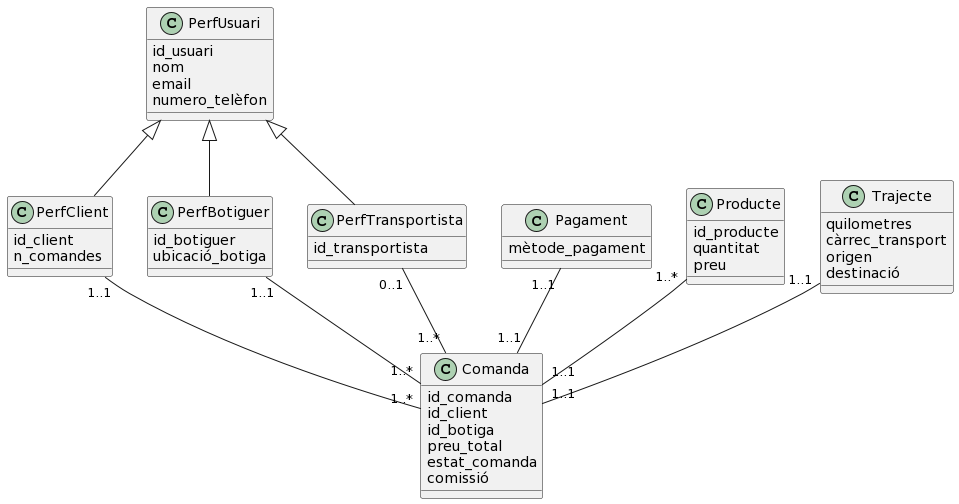
Earlier version of the PlantUML export diagrams/sprint3_diag_classes.png (yeray142/es2022uab). Its diagram source:
```plantuml
@startuml
class PerfUsuari {
id_usuari
nom
email
numero_telèfon
}

class PerfClient {
id_client
n_comandes
}

class PerfBotiguer {
id_botiguer
ubicació_botiga
}

class PerfTransportista {
id_transportista
}

PerfUsuari <|-- PerfClient
PerfUsuari <|-- PerfBotiguer
PerfUsuari <|-- PerfTransportista

class Comanda {
id_comanda
id_client
id_botiga
preu_total
estat_comanda
comissió
}

PerfClient "1..1" -- "1..*" Comanda
PerfBotiguer "1..1" -- "1..*" Comanda
PerfTransportista "0..1" -- "1..*" Comanda

class Pagament {
mètode_pagament
}

Pagament "1..1" -- "1..1" Comanda

class Producte {
id_producte
quantitat
preu
}

Producte "1..*" -- "1..1" Comanda

class Trajecte {
quilometres
càrrec_transport
origen
destinació
}

Trajecte "1..1" -- "1..1" Comanda
@enduml
```
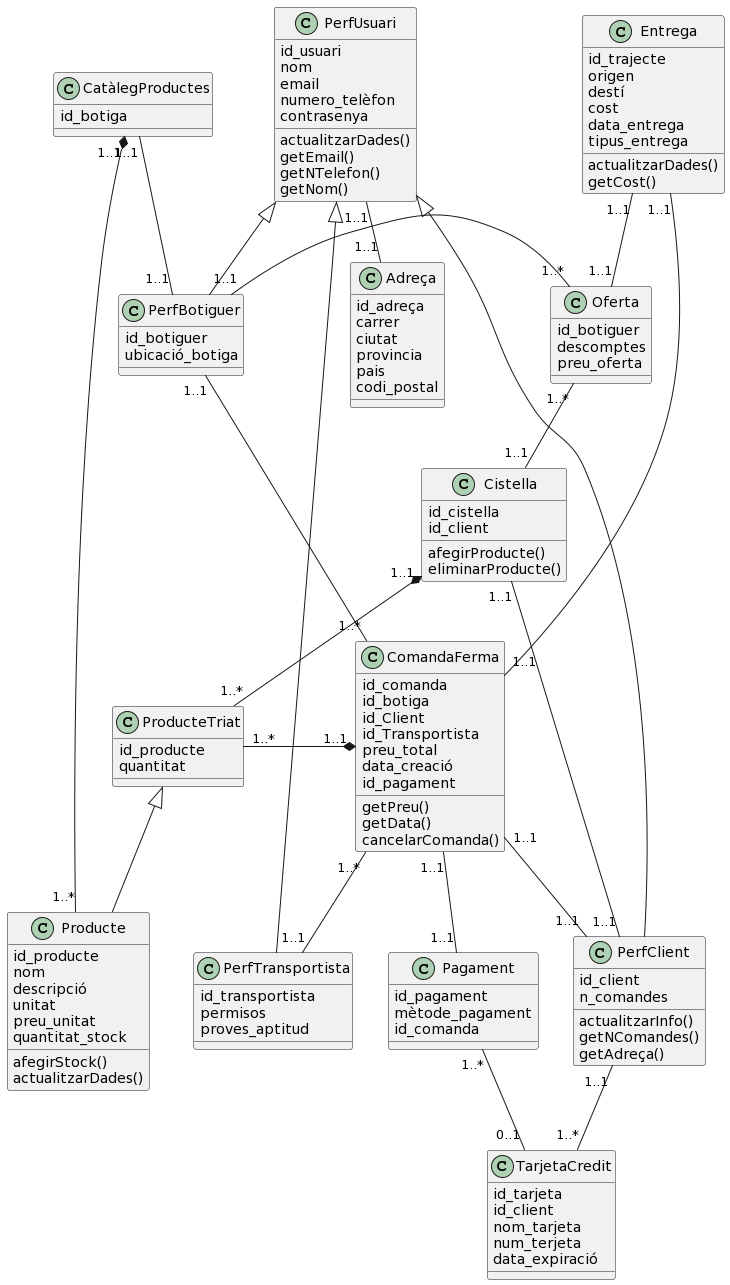
After the change.

Commit message:
Millorant Diagrama de classes

Diff of the diagram source:
```diff
@@ -4,11 +4,19 @@
 nom
 email
 numero_telèfon
+contrasenya
+actualitzarDades()
+getEmail()
+getNTelefon()
+getNom()
 }
 
 class PerfClient {
 id_client
 n_comandes
+actualitzarInfo()
+getNComandes()
+getAdreça()
 }
 
 class PerfBotiguer {
@@ -18,45 +26,116 @@
 
 class PerfTransportista {
 id_transportista
+permisos
+proves_aptitud
 }
+
+class Adreça {
+id_adreça
+carrer
+ciutat
+provincia
+pais
+codi_postal
+}
+
+PerfUsuari "1..1"--"1..1" Adreça
 
 PerfUsuari <|-- PerfClient
 PerfUsuari <|-- PerfBotiguer
 PerfUsuari <|-- PerfTransportista
 
-class Comanda {
-id_comanda
-id_client
-id_botiga
-preu_total
-estat_comanda
-comissió
+class Oferta {
+id_botiguer
+descomptes
+preu_oferta
 }
 
-PerfClient "1..1" -- "1..*" Comanda
-PerfBotiguer "1..1" -- "1..*" Comanda
-PerfTransportista "0..1" -- "1..*" Comanda
-
-class Pagament {
-mètode_pagament
+class ComandaFerma {
+id_comanda
+id_botiga
+id_Client
+id_Transportista
+preu_total
+data_creació
+id_pagament
+getPreu()
+getData()
+cancelarComanda()
 }
 
-Pagament "1..1" -- "1..1" Comanda
+ComandaFerma "1..1"--"1..1" PerfClient
+ComandaFerma "1..*"--"1..1" PerfBotiguer
+ComandaFerma "1..*"--"1..1" PerfTransportista
+
+class Cistella {
+id_cistella
+id_client
+afegirProducte()
+eliminarProducte()
+}
+
+Cistella "1..1"--"1..1" PerfClient
+
+class ProducteTriat {
+id_producte
+quantitat
+}
 
 class Producte {
 id_producte
-quantitat
-preu
+nom
+descripció
+unitat
+preu_unitat
+quantitat_stock
+afegirStock()
+actualitzarDades()
 }
 
-Producte "1..*" -- "1..1" Comanda
+ProducteTriat <|-- Producte
 
-class Trajecte {
-quilometres
-càrrec_transport
-origen
-destinació
+Cistella "1..1"*--"1..*" ProducteTriat
+Oferta "1..*"--"1..1" Cistella
+ComandaFerma "1..1"*-left-"1..*" ProducteTriat
+
+class CatàlegProductes{
+id_botiga
 }
 
-Trajecte "1..1" -- "1..1" Comanda
+CatàlegProductes "1..1"--"1..1" PerfBotiguer
+CatàlegProductes "1..1"*--"1..*" Producte
+Oferta "1..*"-left-"1..1" PerfBotiguer
+
+class Entrega{
+id_trajecte
+origen
+destí
+cost
+data_entrega
+tipus_entrega
+actualitzarDades()
+getCost()
+}
+
+Entrega "1..1"--"1..1" ComandaFerma
+Entrega "1..1"--"1..1" Oferta
+
+class Pagament {
+id_pagament
+mètode_pagament
+id_comanda
+}
+
+class TarjetaCredit {
+id_tarjeta
+id_client
+nom_tarjeta
+num_terjeta
+data_expiració
+}
+
+Pagament "1..*"--"0..1" TarjetaCredit
+PerfClient "1..1"--"1..*" TarjetaCredit
+ComandaFerma "1..1"--"1..1" Pagament
 @enduml
```
